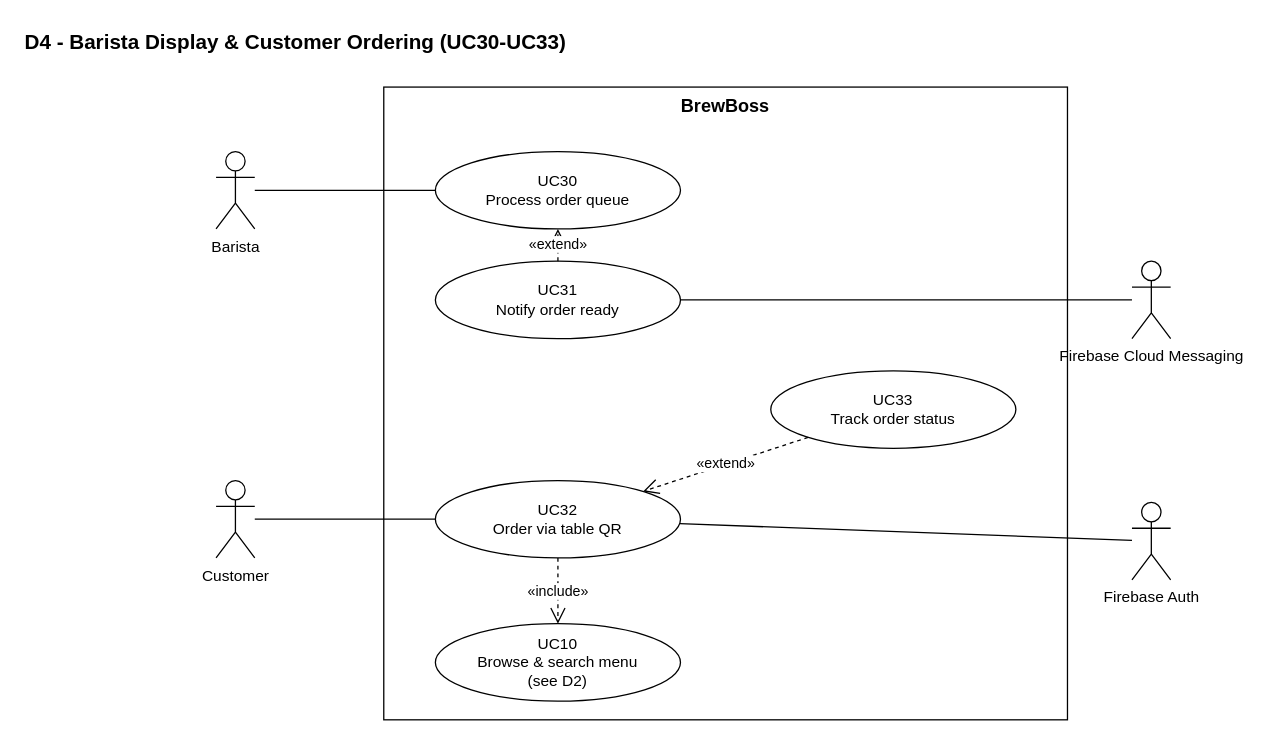
huytran303/CafeManagementSystem keeps this draw.io diagram as page "D4 Barista & Customer" (5 of 6) of docs/diagrams/use-case-diagrams.drawio. Above is the earlier version. Source tidied: cells renumbered, new cells numbered last; positions are measured from the earlier drawing's top-left corner, leaving out a move shared by most shapes. Both pictures are drawn from the tidied source at 129%, with x=0, y=0 at pixel (22, 22).
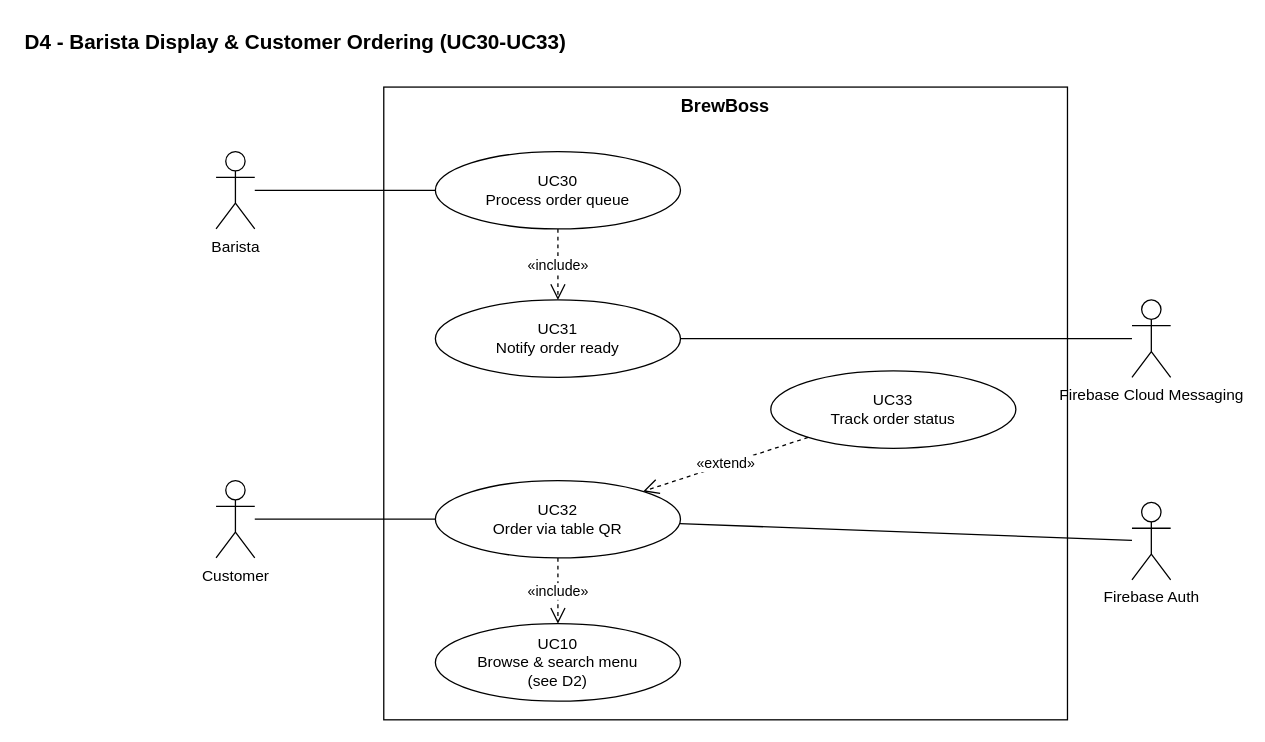
After the change.

What changed in the source:
```diff
@@
 <mxGraphModel>
   <root>
     <mxCell id="0" />
     <mxCell id="1" parent="0" />
     <mxCell id="2" value="D4 - Barista Display &amp; Customer Ordering (UC30-UC33)" style="text;html=1;align=left;verticalAlign=middle;fontStyle=1;fontSize=16;" parent="1" vertex="1">
       <mxGeometry width="600" height="30" as="geometry" />
     </mxCell>
     <mxCell id="3" value="BrewBoss" style="rounded=0;whiteSpace=wrap;html=1;fillColor=none;verticalAlign=top;fontStyle=1;fontSize=14;" parent="1" vertex="1">
       <mxGeometry x="280" y="50" width="530" height="490.5" as="geometry" />
     </mxCell>
     <mxCell id="4" value="UC30&lt;br&gt;Process order queue" style="ellipse;whiteSpace=wrap;html=1;fillColor=#ffffff;fontSize=12;" parent="1" vertex="1">
       <mxGeometry x="320" y="100" width="190" height="60" as="geometry" />
     </mxCell>
     <mxCell id="5" value="UC31&lt;br&gt;Notify order ready" style="ellipse;whiteSpace=wrap;html=1;fillColor=#ffffff;fontSize=12;" parent="1" vertex="1">
-      <mxGeometry x="320" y="185" width="190" height="60" as="geometry" />
+      <mxGeometry x="320" y="215" width="190" height="60" as="geometry" />
     </mxCell>
     <mxCell id="6" value="UC32&lt;br&gt;Order via table QR" style="ellipse;whiteSpace=wrap;html=1;fillColor=#ffffff;fontSize=12;" parent="1" vertex="1">
       <mxGeometry x="320" y="355" width="190" height="60" as="geometry" />
     </mxCell>
     <mxCell id="7" value="UC10&lt;br&gt;Browse &amp;amp; search menu&lt;br&gt;(see D2)" style="ellipse;whiteSpace=wrap;html=1;fillColor=#ffffff;fontSize=12;" parent="1" vertex="1">
       <mxGeometry x="320" y="466" width="190" height="60" as="geometry" />
     </mxCell>
     <mxCell id="8" value="UC33&lt;br&gt;Track order status" style="ellipse;whiteSpace=wrap;html=1;fillColor=#ffffff;fontSize=12;" parent="1" vertex="1">
       <mxGeometry x="580" y="270" width="190" height="60" as="geometry" />
     </mxCell>
     <mxCell id="9" value="Barista" style="shape=umlActor;verticalLabelPosition=bottom;verticalAlign=top;html=1;outlineConnect=0;fillColor=#ffffff;" parent="1" vertex="1">
       <mxGeometry x="150" y="100" width="30" height="60" as="geometry" />
     </mxCell>
     <mxCell id="10" value="Customer" style="shape=umlActor;verticalLabelPosition=bottom;verticalAlign=top;html=1;outlineConnect=0;fillColor=#ffffff;" parent="1" vertex="1">
       <mxGeometry x="150" y="355" width="30" height="60" as="geometry" />
     </mxCell>
     <mxCell id="11" value="Firebase Cloud Messaging" style="shape=umlActor;verticalLabelPosition=bottom;verticalAlign=top;html=1;outlineConnect=0;fillColor=#ffffff;" parent="1" vertex="1">
-      <mxGeometry x="860" y="185" width="30" height="60" as="geometry" />
+      <mxGeometry x="860" y="215" width="30" height="60" as="geometry" />
     </mxCell>
     <mxCell id="12" value="Firebase Auth" style="shape=umlActor;verticalLabelPosition=bottom;verticalAlign=top;html=1;outlineConnect=0;fillColor=#ffffff;" parent="1" vertex="1">
       <mxGeometry x="860" y="372" width="30" height="60" as="geometry" />
     </mxCell>
     <mxCell id="13" style="endArrow=none;html=1;rounded=0;" parent="1" edge="1" source="9" target="4">
       <mxGeometry relative="1" as="geometry" />
     </mxCell>
     <mxCell id="14" style="endArrow=none;html=1;rounded=0;" parent="1" edge="1" source="10" target="6">
       <mxGeometry relative="1" as="geometry" />
     </mxCell>
-    <mxCell id="15" value="«extend»" style="dashed=1;endArrow=open;endFill=0;endSize=10;html=1;rounded=0;fontSize=11;labelBackgroundColor=#ffffff;" parent="1" edge="1" source="5" target="4">
+    <mxCell id="15" value="«include»" style="dashed=1;endArrow=open;endFill=0;endSize=10;html=1;rounded=0;fontSize=11;labelBackgroundColor=#ffffff;" parent="1" edge="1" source="4" target="5">
       <mxGeometry relative="1" as="geometry" />
     </mxCell>
     <mxCell id="16" value="«extend»" style="dashed=1;endArrow=open;endFill=0;endSize=10;html=1;rounded=0;fontSize=11;labelBackgroundColor=#ffffff;" parent="1" edge="1" source="8" target="6">
       <mxGeometry relative="1" as="geometry" />
     </mxCell>
     <mxCell id="17" value="«include»" style="dashed=1;endArrow=open;endFill=0;endSize=10;html=1;rounded=0;fontSize=11;labelBackgroundColor=#ffffff;" parent="1" edge="1" source="6" target="7">
       <mxGeometry relative="1" as="geometry" />
     </mxCell>
     <mxCell id="18" style="endArrow=none;html=1;rounded=0;" parent="1" edge="1" source="5" target="11">
       <mxGeometry relative="1" as="geometry" />
     </mxCell>
     <mxCell id="19" style="endArrow=none;html=1;rounded=0;" parent="1" edge="1" source="6" target="12">
       <mxGeometry relative="1" as="geometry" />
     </mxCell>
   </root>
 </mxGraphModel>
```
